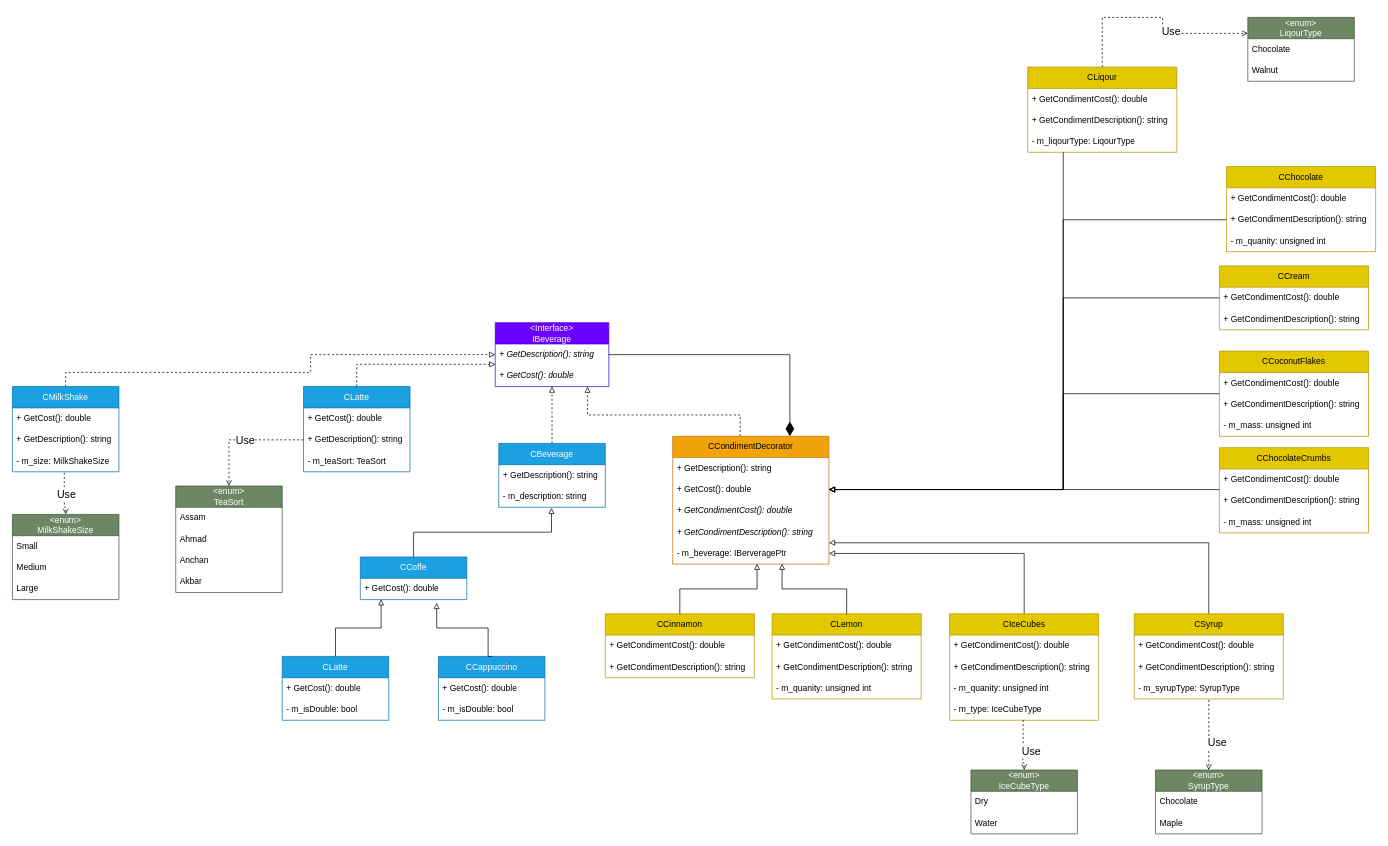
SafarovT/ood-labs keeps this draw.io diagram as lab3/coffee/coffee.drawio. Above is the earlier version. Source tidied: cells renumbered, new cells numbered last; positions are measured from the earlier drawing's top-left corner, leaving out a move shared by most shapes. Both pictures are drawn from the tidied source at 71%, with x=0, y=0 at pixel (12, 17).
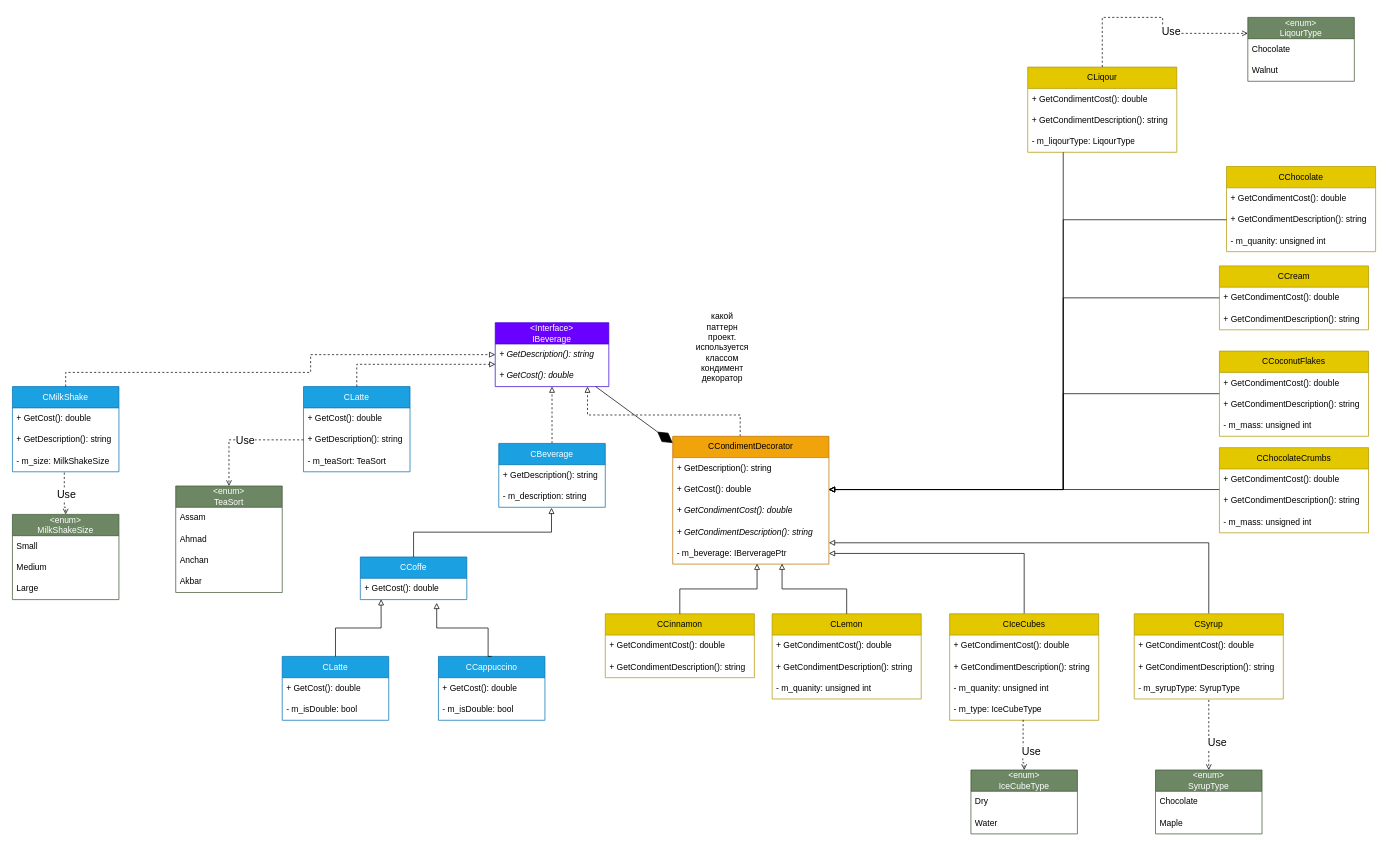
The same page after the edit.

The change refers to these unchanged cells:
```xml
<mxCell id="2" value="&amp;lt;Interface&amp;gt;&lt;br&gt;IBeverage" style="swimlane;fontStyle=0;horizontal=1;startSize=30;whiteSpace=wrap;html=1;fillColor=#6a00ff;fontColor=#ffffff;strokeColor=#3700CC;" parent="1" vertex="1">
  <mxGeometry x="680" y="430" width="160" height="90" as="geometry" />
</mxCell>
<mxCell id="3" value="+ GetDescription(): string" style="text;strokeColor=none;fillColor=none;align=left;verticalAlign=middle;spacingLeft=4;spacingRight=4;overflow=hidden;points=[[0,0.5],[1,0.5]];portConstraint=eastwest;whiteSpace=wrap;html=1;fontStyle=2;" parent="2" vertex="1">
  <mxGeometry y="30" width="160" height="30" as="geometry" />
</mxCell>
<mxCell id="44" value="CCondimentDecorator" style="swimlane;fontStyle=0;horizontal=1;startSize=30;whiteSpace=wrap;html=1;fillColor=#f0a30a;fontColor=#000000;strokeColor=#BD7000;" parent="1" vertex="1">
  <mxGeometry x="930" y="590" width="220" height="180" as="geometry" />
</mxCell>
```

The edit, as a diff of the source:
```diff
@@
-    <mxCell id="109" style="edgeStyle=orthogonalEdgeStyle;rounded=0;jettySize=auto;html=1;entryX=0.75;entryY=0;entryDx=0;entryDy=0;endArrow=diamondThin;endFill=1;endSize=18;" parent="1" edge="1" source="3" target="44">
-      <mxGeometry relative="1" as="geometry" />
-    </mxCell>
+    <mxCell id="110" style="endArrow=diamondThin;endFill=1;endSize=24;html=1;rounded=0;" parent="1" edge="1" source="2" target="44">
+      <mxGeometry relative="1" as="geometry" />
+    </mxCell>
+    <mxCell id="111" value="какой паттерн проект. используется классом кондимент декоратор&lt;br&gt;" style="text;html=1;strokeColor=none;fillColor=none;align=center;verticalAlign=middle;whiteSpace=wrap;rounded=0;" parent="1" vertex="1">
+      <mxGeometry x="970" y="450" width="60" height="30" as="geometry" />
+    </mxCell>
```
